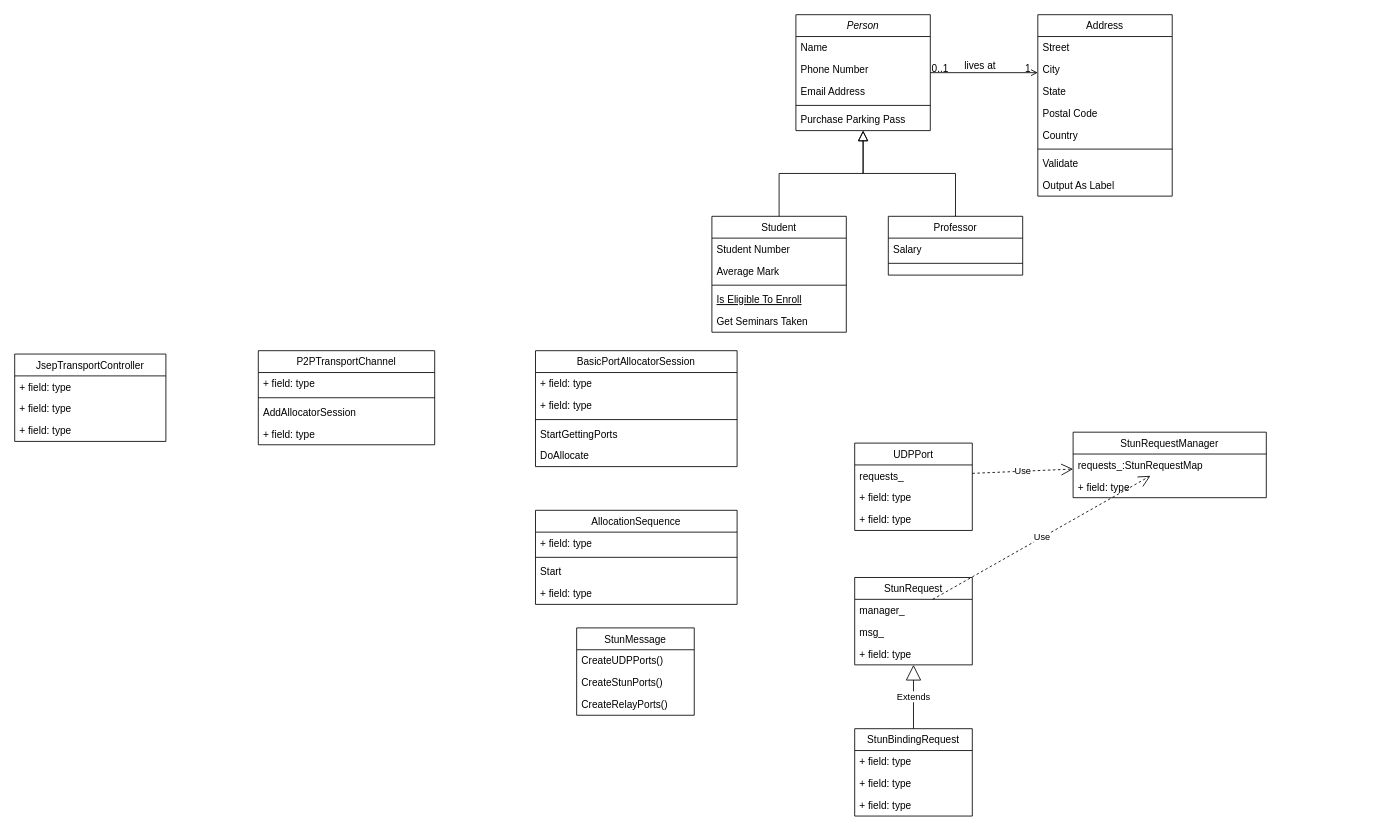
This is p2p.drawio from chenxuzy/ThreadPool, a draw.io file, before an edit. Source tidied: cells renumbered, new cells numbered last; positions are measured from the earlier drawing's top-left corner, leaving out a move shared by most shapes. Both pictures are drawn from the tidied source at 84%, with x=0, y=0 at pixel (14, 14).
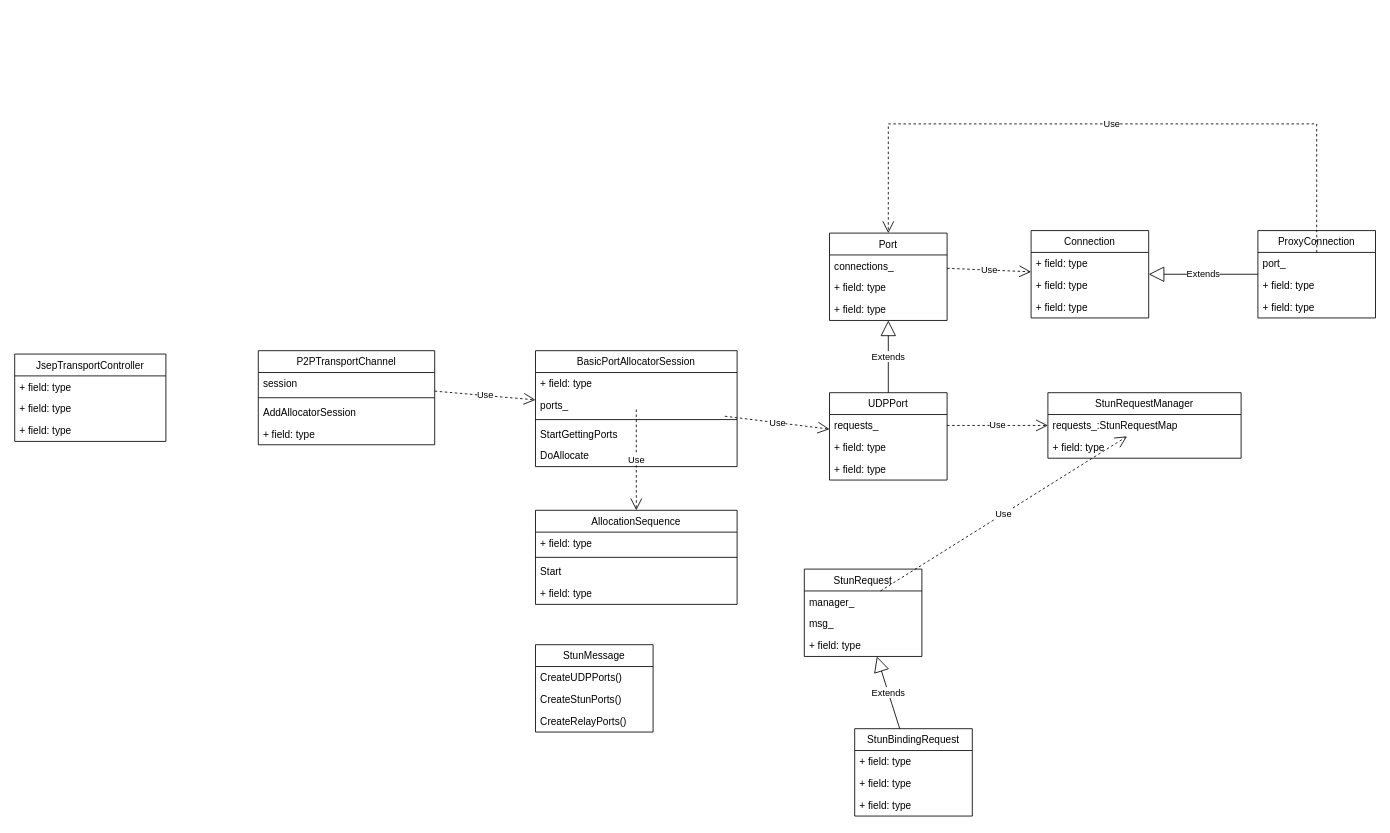
Above is the later version.

Unchanged cells that the change refers to:
```xml
<mxCell id="54" value="BasicPortAllocatorSession" style="swimlane;fontStyle=0;horizontal=1;startSize=26;fillColor=none;" parent="1" vertex="1">
  <mxGeometry x="620" y="400" width="240" height="138" as="geometry" />
</mxCell>
<mxCell id="60" value="AllocationSequence" style="swimlane;fontStyle=0;horizontal=1;startSize=26;fillColor=none;" parent="1" vertex="1">
  <mxGeometry x="620" y="590" width="240" height="112" as="geometry" />
</mxCell>
<mxCell id="65" value="P2PTransportChannel" style="swimlane;fontStyle=0;horizontal=1;startSize=26;fillColor=none;" parent="1" vertex="1">
  <mxGeometry x="290" y="400" width="210" height="112" as="geometry" />
</mxCell>
```

The edit, as a diff of the source:
```diff
@@
-    <mxCell id="2" value="Person" style="swimlane;fontStyle=2;align=center;verticalAlign=top;horizontal=1;startSize=26;rounded=0;shadow=0;strokeWidth=1;" parent="1" vertex="1">
-      <mxGeometry x="930" width="160" height="138" as="geometry" />
-    </mxCell>
-    <mxCell id="3" value="Name" style="text;align=left;verticalAlign=top;spacingLeft=4;spacingRight=4;overflow=hidden;" parent="2" vertex="1">
-      <mxGeometry y="26" width="160" height="26" as="geometry" />
-    </mxCell>
-    <mxCell id="4" value="Phone Number" style="text;align=left;verticalAlign=top;spacingLeft=4;spacingRight=4;overflow=hidden;rounded=0;shadow=0;html=0;" parent="2" vertex="1">
-      <mxGeometry y="52" width="160" height="26" as="geometry" />
-    </mxCell>
-    <mxCell id="5" value="Email Address" style="text;align=left;verticalAlign=top;spacingLeft=4;spacingRight=4;overflow=hidden;rounded=0;shadow=0;html=0;" parent="2" vertex="1">
-      <mxGeometry y="78" width="160" height="26" as="geometry" />
-    </mxCell>
-    <mxCell id="6" style="line;html=1;strokeWidth=1;align=left;verticalAlign=middle;spacingTop=-1;spacingLeft=3;spacingRight=3;labelPosition=right;" parent="2" vertex="1">
-      <mxGeometry y="104" width="160" height="8" as="geometry" />
-    </mxCell>
-    <mxCell id="7" value="Purchase Parking Pass" style="text;align=left;verticalAlign=top;spacingLeft=4;spacingRight=4;overflow=hidden;" parent="2" vertex="1">
-      <mxGeometry y="112" width="160" height="26" as="geometry" />
-    </mxCell>
-    <mxCell id="8" value="Student" style="swimlane;fontStyle=0;align=center;verticalAlign=top;horizontal=1;startSize=26;rounded=0;shadow=0;strokeWidth=1;" parent="1" vertex="1">
-      <mxGeometry x="830" y="240" width="160" height="138" as="geometry" />
-    </mxCell>
-    <mxCell id="9" value="Student Number" style="text;align=left;verticalAlign=top;spacingLeft=4;spacingRight=4;overflow=hidden;" parent="8" vertex="1">
-      <mxGeometry y="26" width="160" height="26" as="geometry" />
-    </mxCell>
-    <mxCell id="10" value="Average Mark" style="text;align=left;verticalAlign=top;spacingLeft=4;spacingRight=4;overflow=hidden;rounded=0;shadow=0;html=0;" parent="8" vertex="1">
-      <mxGeometry y="52" width="160" height="26" as="geometry" />
-    </mxCell>
-    <mxCell id="11" style="line;html=1;strokeWidth=1;align=left;verticalAlign=middle;spacingTop=-1;spacingLeft=3;spacingRight=3;labelPosition=right;" parent="8" vertex="1">
-      <mxGeometry y="78" width="160" height="8" as="geometry" />
-    </mxCell>
-    <mxCell id="12" value="Is Eligible To Enroll" style="text;align=left;verticalAlign=top;spacingLeft=4;spacingRight=4;overflow=hidden;fontStyle=4;" parent="8" vertex="1">
-      <mxGeometry y="86" width="160" height="26" as="geometry" />
-    </mxCell>
-    <mxCell id="13" value="Get Seminars Taken" style="text;align=left;verticalAlign=top;spacingLeft=4;spacingRight=4;overflow=hidden;" parent="8" vertex="1">
-      <mxGeometry y="112" width="160" height="26" as="geometry" />
-    </mxCell>
-    <mxCell id="14" style="endArrow=block;endSize=10;endFill=0;shadow=0;strokeWidth=1;rounded=0;edgeStyle=elbowEdgeStyle;elbow=vertical;" parent="1" edge="1" source="8" target="2">
-      <mxGeometry relative="1" as="geometry" />
-    </mxCell>
-    <mxCell id="15" value="Professor" style="swimlane;fontStyle=0;align=center;verticalAlign=top;horizontal=1;startSize=26;rounded=0;shadow=0;strokeWidth=1;" parent="1" vertex="1">
-      <mxGeometry x="1040" y="240" width="160" height="70" as="geometry" />
-    </mxCell>
-    <mxCell id="16" value="Salary" style="text;align=left;verticalAlign=top;spacingLeft=4;spacingRight=4;overflow=hidden;" parent="15" vertex="1">
-      <mxGeometry y="26" width="160" height="26" as="geometry" />
-    </mxCell>
-    <mxCell id="17" style="line;html=1;strokeWidth=1;align=left;verticalAlign=middle;spacingTop=-1;spacingLeft=3;spacingRight=3;labelPosition=right;" parent="15" vertex="1">
-      <mxGeometry y="52" width="160" height="8" as="geometry" />
-    </mxCell>
-    <mxCell id="18" style="endArrow=block;endSize=10;endFill=0;shadow=0;strokeWidth=1;rounded=0;edgeStyle=elbowEdgeStyle;elbow=vertical;" parent="1" edge="1" source="15" target="2">
-      <mxGeometry relative="1" as="geometry" />
-    </mxCell>
-    <mxCell id="19" value="Address" style="swimlane;fontStyle=0;align=center;verticalAlign=top;horizontal=1;startSize=26;rounded=0;shadow=0;strokeWidth=1;" parent="1" vertex="1">
-      <mxGeometry x="1218" width="160" height="216" as="geometry" />
-    </mxCell>
-    <mxCell id="20" value="Street" style="text;align=left;verticalAlign=top;spacingLeft=4;spacingRight=4;overflow=hidden;" parent="19" vertex="1">
-      <mxGeometry y="26" width="160" height="26" as="geometry" />
-    </mxCell>
-    <mxCell id="21" value="City" style="text;align=left;verticalAlign=top;spacingLeft=4;spacingRight=4;overflow=hidden;rounded=0;shadow=0;html=0;" parent="19" vertex="1">
-      <mxGeometry y="52" width="160" height="26" as="geometry" />
-    </mxCell>
-    <mxCell id="22" value="State" style="text;align=left;verticalAlign=top;spacingLeft=4;spacingRight=4;overflow=hidden;rounded=0;shadow=0;html=0;" parent="19" vertex="1">
-      <mxGeometry y="78" width="160" height="26" as="geometry" />
-    </mxCell>
-    <mxCell id="23" value="Postal Code" style="text;align=left;verticalAlign=top;spacingLeft=4;spacingRight=4;overflow=hidden;rounded=0;shadow=0;html=0;" parent="19" vertex="1">
-      <mxGeometry y="104" width="160" height="26" as="geometry" />
-    </mxCell>
-    <mxCell id="24" value="Country" style="text;align=left;verticalAlign=top;spacingLeft=4;spacingRight=4;overflow=hidden;rounded=0;shadow=0;html=0;" parent="19" vertex="1">
-      <mxGeometry y="130" width="160" height="26" as="geometry" />
-    </mxCell>
-    <mxCell id="25" style="line;html=1;strokeWidth=1;align=left;verticalAlign=middle;spacingTop=-1;spacingLeft=3;spacingRight=3;labelPosition=right;" parent="19" vertex="1">
-      <mxGeometry y="156" width="160" height="8" as="geometry" />
-    </mxCell>
-    <mxCell id="26" value="Validate" style="text;align=left;verticalAlign=top;spacingLeft=4;spacingRight=4;overflow=hidden;" parent="19" vertex="1">
-      <mxGeometry y="164" width="160" height="26" as="geometry" />
-    </mxCell>
-    <mxCell id="27" value="Output As Label" style="text;align=left;verticalAlign=top;spacingLeft=4;spacingRight=4;overflow=hidden;" parent="19" vertex="1">
-      <mxGeometry y="190" width="160" height="26" as="geometry" />
-    </mxCell>
-    <mxCell id="28" style="endArrow=open;shadow=0;strokeWidth=1;rounded=0;endFill=1;edgeStyle=elbowEdgeStyle;elbow=vertical;" parent="1" edge="1" source="2" target="19">
-      <mxGeometry x="0.5" y="41" relative="1" as="geometry">
-        <mxPoint x="-40" y="32" as="offset" />
-      </mxGeometry>
-    </mxCell>
-    <mxCell id="29" value="0..1" style="align=left;verticalAlign=bottom;labelBackgroundColor=none;fontSize=12;" parent="28" vertex="1">
-      <mxGeometry x="-1" relative="1" as="geometry">
-        <mxPoint y="4" as="offset" />
-      </mxGeometry>
-    </mxCell>
-    <mxCell id="30" value="1" style="align=right;verticalAlign=bottom;labelBackgroundColor=none;fontSize=12;" parent="28" vertex="1">
-      <mxGeometry x="1" relative="1" as="geometry">
-        <mxPoint x="-7" y="4" as="offset" />
-      </mxGeometry>
-    </mxCell>
-    <mxCell id="31" value="lives at" style="text;html=1;align=center;verticalAlign=middle;labelBackgroundColor=none;rounded=0;shadow=0;strokeWidth=1;fontSize=12;" parent="28" vertex="1">
-      <mxGeometry x="0.5" y="49" relative="1" as="geometry">
-        <mxPoint x="-38" y="40" as="offset" />
-      </mxGeometry>
-    </mxCell>
     <mxCell id="32" value="UDPPort" style="swimlane;fontStyle=0;horizontal=1;startSize=26;fillColor=none;" parent="1" vertex="1">
-      <mxGeometry x="1000" y="510" width="140" height="104" as="geometry" />
+      <mxGeometry x="970" y="450" width="140" height="104" as="geometry" />
     </mxCell>
@@
     <mxCell id="36" value="StunRequestManager" style="swimlane;fontStyle=0;horizontal=1;startSize=26;fillColor=none;" parent="1" vertex="1">
-      <mxGeometry x="1260" y="497" width="230" height="78" as="geometry" />
+      <mxGeometry x="1230" y="450" width="230" height="78" as="geometry" />
     </mxCell>
@@
     <mxCell id="43" value="StunRequest" style="swimlane;fontStyle=0;horizontal=1;startSize=26;fillColor=none;" parent="1" vertex="1">
-      <mxGeometry x="1000" y="670" width="140" height="104" as="geometry" />
+      <mxGeometry x="940" y="660" width="140" height="104" as="geometry" />
     </mxCell>
@@
     <mxCell id="50" value="StunMessage" style="swimlane;fontStyle=0;horizontal=1;startSize=26;fillColor=none;" parent="1" vertex="1">
-      <mxGeometry x="669" y="730" width="140" height="104" as="geometry" />
+      <mxGeometry x="620" y="750" width="140" height="104" as="geometry" />
     </mxCell>
@@
-    <mxCell id="56" value="+ field: type" style="text;strokeColor=none;fillColor=none;align=left;verticalAlign=top;spacingLeft=4;spacingRight=4;overflow=hidden;points=[[0,0.5],[1,0.5]];portConstraint=eastwest;" parent="54" vertex="1">
+    <mxCell id="56" value="ports_" style="text;strokeColor=none;fillColor=none;align=left;verticalAlign=top;spacingLeft=4;spacingRight=4;overflow=hidden;points=[[0,0.5],[1,0.5]];portConstraint=eastwest;" parent="54" vertex="1">
       <mxGeometry y="52" width="240" height="26" as="geometry" />
     </mxCell>
+    <mxCell id="74" value="Use" style="endArrow=open;endSize=12;dashed=1;html=1;rounded=0;" parent="54" edge="1" target="60">
+      <mxGeometry relative="1" as="geometry">
+        <mxPoint x="120" y="70" as="sourcePoint" />
+      </mxGeometry>
+    </mxCell>
@@
-    <mxCell id="66" value="+ field: type" style="text;strokeColor=none;fillColor=none;align=left;verticalAlign=top;spacingLeft=4;spacingRight=4;overflow=hidden;points=[[0,0.5],[1,0.5]];portConstraint=eastwest;" parent="65" vertex="1">
+    <mxCell id="66" value="session" style="text;strokeColor=none;fillColor=none;align=left;verticalAlign=top;spacingLeft=4;spacingRight=4;overflow=hidden;points=[[0,0.5],[1,0.5]];portConstraint=eastwest;" parent="65" vertex="1">
       <mxGeometry y="26" width="210" height="26" as="geometry" />
     </mxCell>
@@
+    <mxCell id="75" value="Use" style="endArrow=open;endSize=12;dashed=1;html=1;rounded=0;" parent="1" edge="1" source="56" target="32">
+      <mxGeometry relative="1" as="geometry" />
+    </mxCell>
+    <mxCell id="76" value="Use" style="endArrow=open;endSize=12;dashed=1;html=1;rounded=0;" parent="1" edge="1" source="66" target="54">
+      <mxGeometry relative="1" as="geometry" />
+    </mxCell>
+    <mxCell id="77" value="Port" style="swimlane;fontStyle=0;horizontal=1;startSize=26;fillColor=none;" parent="1" vertex="1">
+      <mxGeometry x="970" y="260" width="140" height="104" as="geometry" />
+    </mxCell>
+    <mxCell id="78" value="connections_" style="text;strokeColor=none;fillColor=none;align=left;verticalAlign=top;spacingLeft=4;spacingRight=4;overflow=hidden;points=[[0,0.5],[1,0.5]];portConstraint=eastwest;" parent="77" vertex="1">
+      <mxGeometry y="26" width="140" height="26" as="geometry" />
+    </mxCell>
+    <mxCell id="79" value="+ field: type" style="text;strokeColor=none;fillColor=none;align=left;verticalAlign=top;spacingLeft=4;spacingRight=4;overflow=hidden;" parent="77" vertex="1">
+      <mxGeometry y="52" width="140" height="26" as="geometry" />
+    </mxCell>
+    <mxCell id="80" value="+ field: type" style="text;strokeColor=none;fillColor=none;align=left;verticalAlign=top;spacingLeft=4;spacingRight=4;overflow=hidden;" parent="77" vertex="1">
+      <mxGeometry y="78" width="140" height="26" as="geometry" />
+    </mxCell>
+    <mxCell id="81" value="Connection" style="swimlane;fontStyle=0;horizontal=1;startSize=26;fillColor=none;" parent="1" vertex="1">
+      <mxGeometry x="1210" y="257" width="140" height="104" as="geometry" />
+    </mxCell>
+    <mxCell id="82" value="+ field: type" style="text;strokeColor=none;fillColor=none;align=left;verticalAlign=top;spacingLeft=4;spacingRight=4;overflow=hidden;" parent="81" vertex="1">
+      <mxGeometry y="26" width="140" height="26" as="geometry" />
+    </mxCell>
+    <mxCell id="83" value="+ field: type" style="text;strokeColor=none;fillColor=none;align=left;verticalAlign=top;spacingLeft=4;spacingRight=4;overflow=hidden;" parent="81" vertex="1">
+      <mxGeometry y="52" width="140" height="26" as="geometry" />
+    </mxCell>
+    <mxCell id="84" value="+ field: type" style="text;strokeColor=none;fillColor=none;align=left;verticalAlign=top;spacingLeft=4;spacingRight=4;overflow=hidden;" parent="81" vertex="1">
+      <mxGeometry y="78" width="140" height="26" as="geometry" />
+    </mxCell>
+    <mxCell id="85" value="Use" style="endArrow=open;endSize=12;dashed=1;html=1;rounded=0;" parent="1" edge="1" source="78" target="81">
+      <mxGeometry relative="1" as="geometry" />
+    </mxCell>
+    <mxCell id="86" value="ProxyConnection" style="swimlane;fontStyle=0;horizontal=1;startSize=26;fillColor=none;" parent="1" vertex="1">
+      <mxGeometry x="1480" y="257" width="140" height="104" as="geometry" />
+    </mxCell>
+    <mxCell id="87" value="port_" style="text;strokeColor=none;fillColor=none;align=left;verticalAlign=top;spacingLeft=4;spacingRight=4;overflow=hidden;points=[[0,0.5],[1,0.5]];portConstraint=eastwest;" parent="86" vertex="1">
+      <mxGeometry y="26" width="140" height="26" as="geometry" />
+    </mxCell>
+    <mxCell id="88" value="+ field: type" style="text;strokeColor=none;fillColor=none;align=left;verticalAlign=top;spacingLeft=4;spacingRight=4;overflow=hidden;" parent="86" vertex="1">
+      <mxGeometry y="52" width="140" height="26" as="geometry" />
+    </mxCell>
+    <mxCell id="89" value="+ field: type" style="text;strokeColor=none;fillColor=none;align=left;verticalAlign=top;spacingLeft=4;spacingRight=4;overflow=hidden;" parent="86" vertex="1">
+      <mxGeometry y="78" width="140" height="26" as="geometry" />
+    </mxCell>
+    <mxCell id="90" value="Extends" style="endArrow=block;endSize=16;endFill=0;html=1;rounded=0;" parent="1" edge="1" source="32" target="77">
+      <mxGeometry relative="1" as="geometry" />
+    </mxCell>
+    <mxCell id="91" value="Extends" style="endArrow=block;endSize=16;endFill=0;html=1;rounded=0;" parent="1" edge="1" source="86" target="81">
+      <mxGeometry relative="1" as="geometry" />
+    </mxCell>
+    <mxCell id="92" value="Use" style="endArrow=open;endSize=12;dashed=1;html=1;rounded=0;" parent="1" edge="1" source="87" target="77">
+      <mxGeometry relative="1" as="geometry">
+        <Array as="points">
+          <mxPoint x="1550" y="130" />
+          <mxPoint x="1040" y="130" />
+        </Array>
+      </mxGeometry>
+    </mxCell>
```
